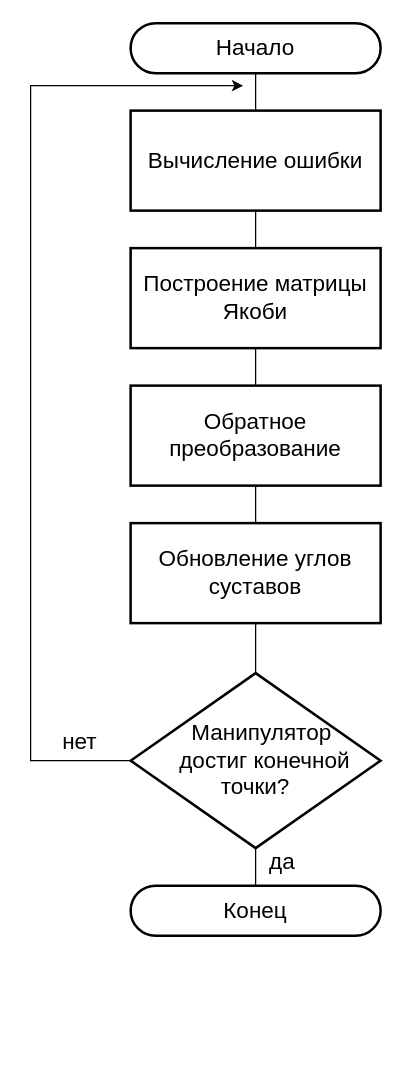
Above: Диссертация/Смотр 2 курс 2 семестр/Доп материалы/Подпрограмма.drawio in n7arti/MIET.Magistratura (draw.io), before the change. Source tidied: cells renumbered, new cells numbered last; positions are measured from the earlier drawing's top-left corner, leaving out a move shared by most shapes. Both pictures are drawn from the tidied source at 125%, with x=0, y=0 at pixel (30, 22).
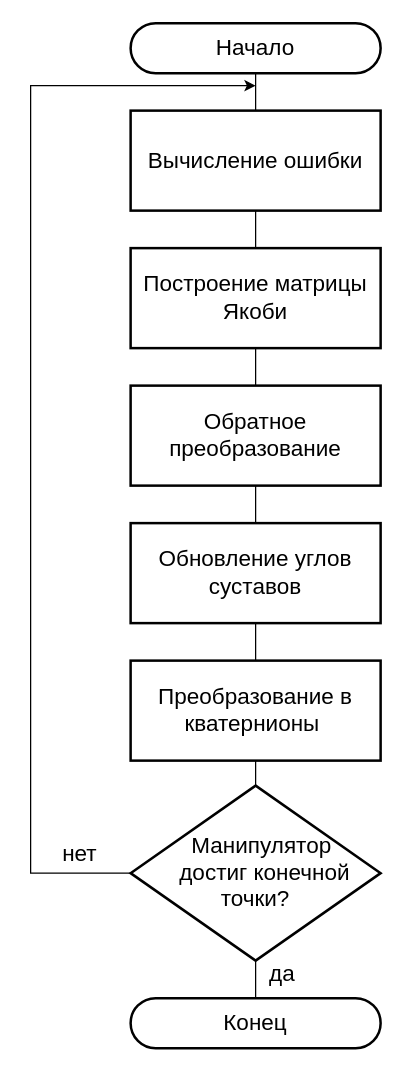
After the change.

Diff of the diagram source:
```diff
@@
     <mxCell id="12" style="edgeStyle=orthogonalEdgeStyle;rounded=0;jettySize=auto;html=1;endArrow=none;endFill=0;" parent="1" edge="1" source="15">
       <mxGeometry relative="1" as="geometry">
-        <mxPoint x="180" y="690" as="targetPoint" />
+        <mxPoint x="180" y="780" as="targetPoint" />
       </mxGeometry>
     </mxCell>
@@
     <mxCell id="14" style="edgeStyle=orthogonalEdgeStyle;rounded=0;jettySize=auto;html=1;exitX=0;exitY=0.5;exitDx=0;exitDy=0;exitPerimeter=0;" parent="1" edge="1" source="15">
       <mxGeometry relative="1" as="geometry">
-        <mxPoint x="170" y="50" as="targetPoint" />
+        <mxPoint x="180" y="50" as="targetPoint" />
         <Array as="points">
-          <mxPoint y="590" />
+          <mxPoint y="680" />
           <mxPoint y="50" />
+          <mxPoint x="50" y="50" />
         </Array>
       </mxGeometry>
     </mxCell>
     <mxCell id="15" value="&lt;div&gt;&lt;span style=&quot;font-size: 18px; background-color: initial;&quot;&gt;&amp;nbsp; &amp;nbsp;Манипулятор&amp;nbsp;&lt;/span&gt;&lt;br&gt;&lt;/div&gt;&lt;div&gt;&lt;font style=&quot;font-size: 18px;&quot;&gt;&amp;nbsp; &amp;nbsp; достиг&amp;nbsp;&lt;/font&gt;&lt;span style=&quot;font-size: 18px; background-color: initial;&quot;&gt;конечной&amp;nbsp;&lt;/span&gt;&lt;/div&gt;&lt;div&gt;&lt;span style=&quot;font-size: 18px; background-color: initial;&quot;&gt;точки?&lt;/span&gt;&lt;/div&gt;" style="strokeWidth=2;html=1;shape=mxgraph.flowchart.decision;whiteSpace=wrap;" parent="1" vertex="1">
-      <mxGeometry x="80" y="520" width="200" height="140" as="geometry" />
+      <mxGeometry x="80" y="610" width="200" height="140" as="geometry" />
     </mxCell>
     <mxCell id="16" value="&lt;span style=&quot;font-size: 18px;&quot;&gt;Конец&lt;/span&gt;" style="rounded=1;whiteSpace=wrap;html=1;absoluteArcSize=1;arcSize=72;strokeWidth=2;" parent="1" vertex="1">
-      <mxGeometry x="80" y="690" width="200" height="40" as="geometry" />
+      <mxGeometry x="80" y="780" width="200" height="40" as="geometry" />
     </mxCell>
     <mxCell id="17" value="&lt;font style=&quot;font-size: 18px;&quot;&gt;нет&lt;/font&gt;" style="edgeLabel;html=1;align=center;verticalAlign=middle;" parent="1" vertex="1">
-      <mxGeometry x="210" y="700" as="geometry">
+      <mxGeometry x="210" y="790" as="geometry">
         <mxPoint x="-172" y="-126" as="offset" />
       </mxGeometry>
     </mxCell>
+    <mxCell id="18" value="&lt;span style=&quot;font-size: 18px;&quot;&gt;Преобразование в кватернионы&amp;nbsp;&lt;/span&gt;" style="rounded=0;whiteSpace=wrap;html=1;absoluteArcSize=1;arcSize=14;strokeWidth=2;" parent="1" vertex="1">
+      <mxGeometry x="80" y="510" width="200" height="80" as="geometry" />
+    </mxCell>
```
